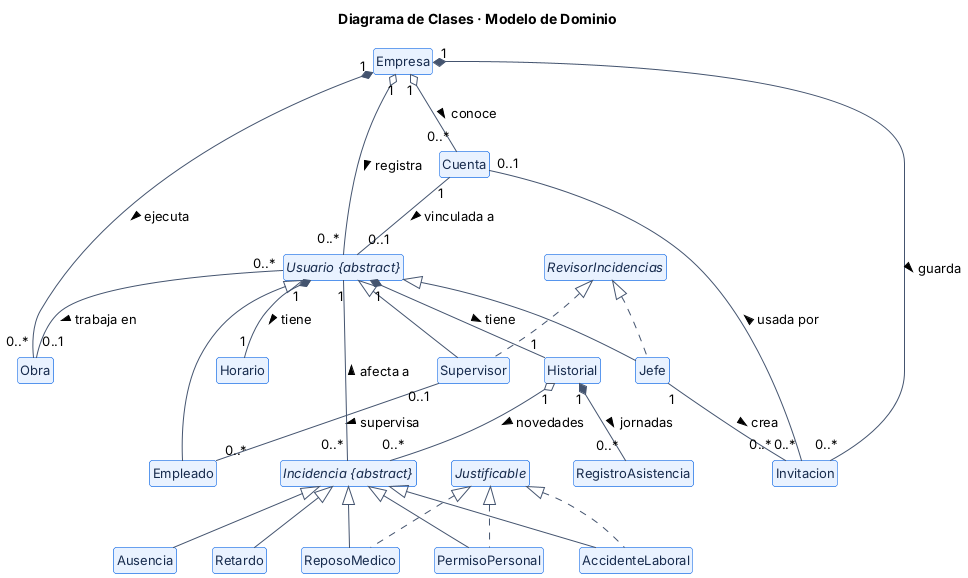
Above: docs/diagramas/img/clases_dominio.png in diavolo34/Proyecto-Poo (PlantUML), before the change.
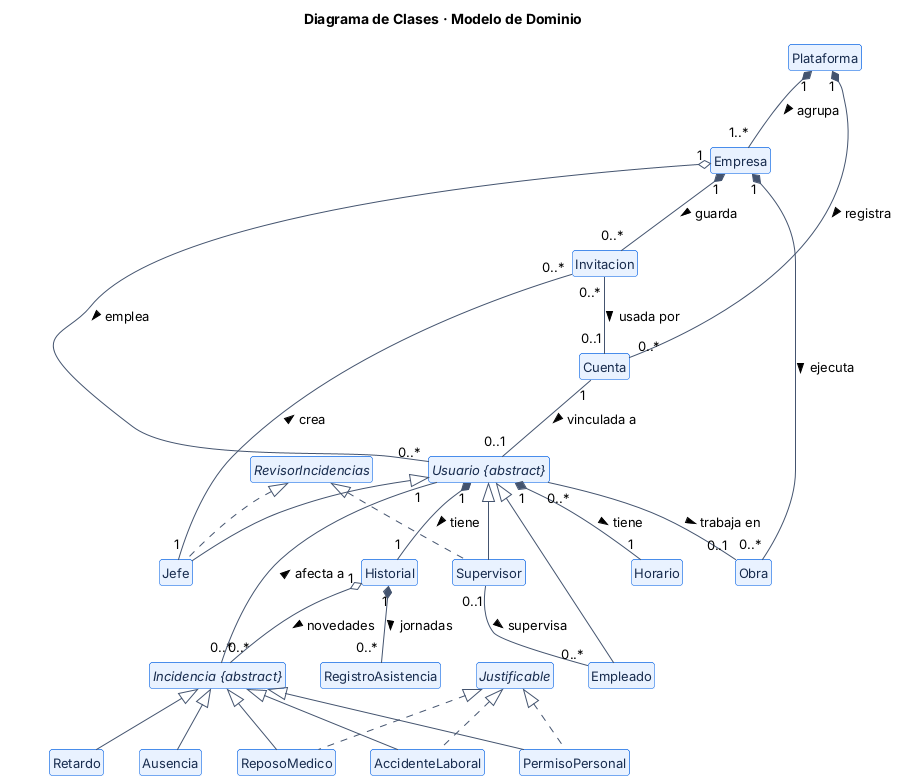
After the change.

The edit, as a diff of the source:
```diff
@@ -4,6 +4,7 @@
 hide members
 hide circle
 
+class Plataforma
 class Empresa
 class Obra
 class Cuenta
@@ -24,9 +25,10 @@
 interface Justificable
 interface RevisorIncidencias
 
-Empresa "1" o-- "0..*" Usuario : registra >
+Plataforma "1" *-- "1..*" Empresa : agrupa >
+Plataforma "1" *-- "0..*" Cuenta : registra >
+Empresa "1" o-- "0..*" Usuario : emplea >
 Empresa "1" *-- "0..*" Obra : ejecuta >
-Empresa "1" o-- "0..*" Cuenta : conoce >
 Empresa "1" *-- "0..*" Invitacion : guarda >
 Usuario <|-- Empleado
 Usuario <|-- Supervisor
```
